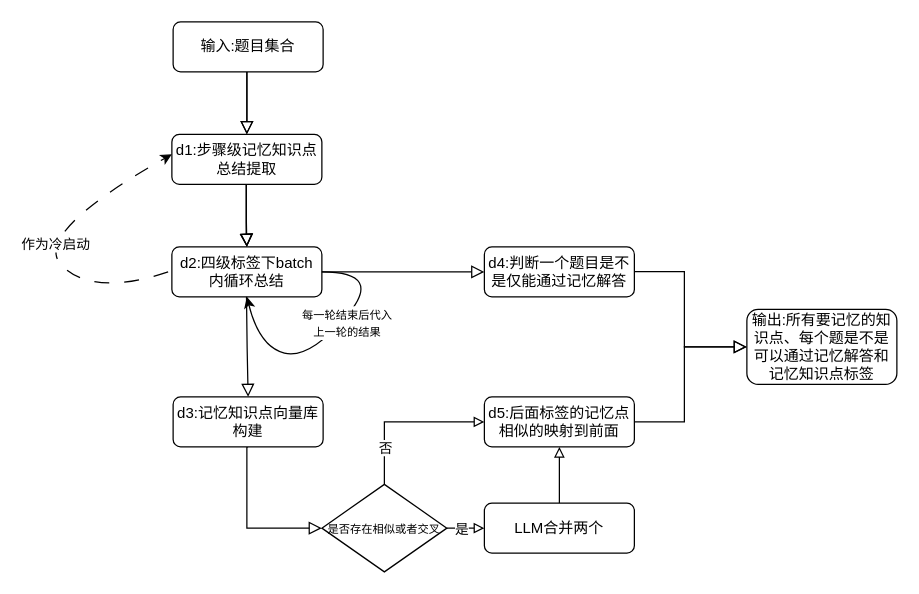
Above: 未命名绘图.drawio in urrethless/somework_graph-flow (draw.io), before the change. Source tidied: cells renumbered, new cells numbered last; positions are measured from the earlier drawing's top-left corner, leaving out a move shared by most shapes. Both pictures are drawn from the tidied source at 125%, with x=0, y=0 at pixel (30, 21).
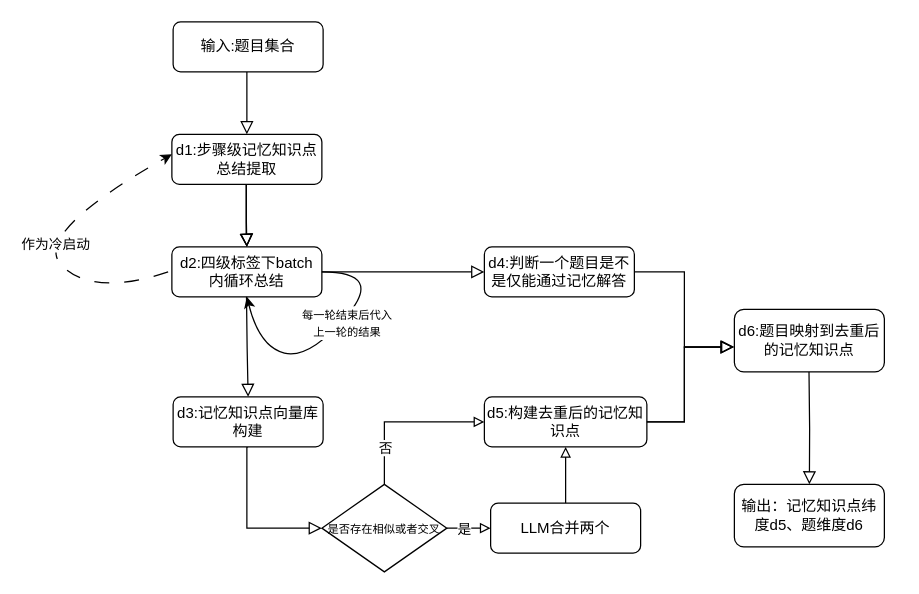
After the change.

The change refers to these unchanged cells:
```xml
<mxCell id="3" value="输入:题目集合" style="rounded=1;whiteSpace=wrap;html=1;fontSize=12;glass=0;strokeWidth=1;shadow=0;" parent="1" vertex="1">
  <mxGeometry x="114" width="120" height="40" as="geometry" />
</mxCell>
<mxCell id="9" value="d4:判断一个题目是不是仅能通过记忆解答" style="rounded=1;whiteSpace=wrap;html=1;fontSize=12;glass=0;strokeWidth=1;shadow=0;" parent="1" vertex="1">
  <mxGeometry x="363" y="180" width="120" height="40" as="geometry" />
</mxCell>
```

Change to the diagram source:
```diff
@@
-    <mxCell id="2" style="rounded=0;html=1;jettySize=auto;fontSize=11;endArrow=block;endFill=0;endSize=8;strokeWidth=1;shadow=0;labelBackgroundColor=none;edgeStyle=orthogonalEdgeStyle;" parent="1" edge="1" source="3">
-      <mxGeometry relative="1" as="geometry">
-        <mxPoint x="173" y="90" as="targetPoint" />
-        <Array as="points">
-          <mxPoint x="174" y="90" />
-        </Array>
-      </mxGeometry>
-    </mxCell>
@@
-    <mxCell id="10" value="d5:后面标签的记忆点相似的映射到前面" style="rounded=1;whiteSpace=wrap;html=1;fontSize=12;glass=0;strokeWidth=1;shadow=0;" parent="1" vertex="1">
-      <mxGeometry x="363" y="300" width="120" height="40" as="geometry" />
+    <mxCell id="10" value="d5:构建去重后的记忆知识点" style="rounded=1;whiteSpace=wrap;html=1;fontSize=12;glass=0;strokeWidth=1;shadow=0;" parent="1" vertex="1">
+      <mxGeometry x="363" y="300" width="130" height="40" as="geometry" />
     </mxCell>
@@
     <mxCell id="14" style="rounded=0;html=1;jettySize=auto;fontSize=11;endArrow=block;endFill=0;endSize=8;strokeWidth=1;shadow=0;labelBackgroundColor=none;edgeStyle=orthogonalEdgeStyle;" parent="1" edge="1" source="3">
       <mxGeometry relative="1" as="geometry">
         <mxPoint x="173" y="90" as="targetPoint" />
         <Array as="points">
-          <mxPoint x="174" y="90" />
+          <mxPoint x="173" y="90" />
+          <mxPoint x="173" y="90" />
         </Array>
       </mxGeometry>
     </mxCell>
@@
-    <mxCell id="17" value="输出:所有要记忆的知识点、每个题是不是可以通过记忆解答和记忆知识点标签" style="rounded=1;whiteSpace=wrap;html=1;fontSize=12;glass=0;strokeWidth=1;shadow=0;" parent="1" vertex="1">
-      <mxGeometry x="573" y="230" width="120" height="60" as="geometry" />
+    <mxCell id="17" value="d6:题目映射到去重后的记忆知识点" style="rounded=1;whiteSpace=wrap;html=1;fontSize=12;glass=0;strokeWidth=1;shadow=0;" parent="1" vertex="1">
+      <mxGeometry x="563" y="230" width="120" height="50" as="geometry" />
     </mxCell>
-    <mxCell id="18" style="rounded=0;html=1;jettySize=auto;fontSize=11;endArrow=block;endFill=0;endSize=8;strokeWidth=1;shadow=0;labelBackgroundColor=none;edgeStyle=orthogonalEdgeStyle;exitX=1;exitY=0.5;exitDx=0;exitDy=0;entryX=0;entryY=0.5;entryDx=0;entryDy=0;" parent="1" edge="1" target="17">
-      <mxGeometry relative="1" as="geometry">
-        <mxPoint x="483" y="199.7" as="sourcePoint" />
-        <Array as="points">
-          <mxPoint x="523" y="200" />
-          <mxPoint x="523" y="260" />
-        </Array>
-      </mxGeometry>
-    </mxCell>
-    <mxCell id="19" style="rounded=0;html=1;jettySize=auto;fontSize=11;endArrow=block;endFill=0;endSize=8;strokeWidth=1;shadow=0;labelBackgroundColor=none;edgeStyle=orthogonalEdgeStyle;exitX=1;exitY=0.5;exitDx=0;exitDy=0;" parent="1" edge="1" source="10">
+    <mxCell id="19" style="rounded=0;html=1;jettySize=auto;fontSize=11;endArrow=block;endFill=0;endSize=8;strokeWidth=1;shadow=0;labelBackgroundColor=none;edgeStyle=orthogonalEdgeStyle;exitX=1;exitY=0.5;exitDx=0;exitDy=0;entryX=-0.005;entryY=0.603;entryDx=0;entryDy=0;entryPerimeter=0;" parent="1" edge="1" source="10" target="17">
       <mxGeometry relative="1" as="geometry">
-        <mxPoint x="573" y="260" as="targetPoint" />
         <Array as="points">
           <mxPoint x="523" y="320" />
           <mxPoint x="523" y="260" />
         </Array>
       </mxGeometry>
     </mxCell>
@@
     <mxCell id="30" value="LLM合并两个" style="rounded=1;whiteSpace=wrap;html=1;fontSize=12;glass=0;strokeWidth=1;shadow=0;" parent="1" vertex="1">
-      <mxGeometry x="363" y="385" width="120" height="40" as="geometry" />
+      <mxGeometry x="368" y="385" width="120" height="40" as="geometry" />
     </mxCell>
+    <mxCell id="31" style="edgeStyle=orthogonalEdgeStyle;rounded=0;orthogonalLoop=1;jettySize=auto;html=1;exitX=0.5;exitY=1;exitDx=0;exitDy=0;" parent="1" edge="1" source="17" target="17">
+      <mxGeometry relative="1" as="geometry" />
+    </mxCell>
+    <mxCell id="32" style="rounded=0;html=1;jettySize=auto;fontSize=11;endArrow=block;endFill=0;endSize=8;strokeWidth=1;shadow=0;labelBackgroundColor=none;edgeStyle=orthogonalEdgeStyle;exitX=1;exitY=0.5;exitDx=0;exitDy=0;entryX=-0.005;entryY=0.603;entryDx=0;entryDy=0;entryPerimeter=0;" parent="1" edge="1" source="10" target="17">
+      <mxGeometry relative="1" as="geometry">
+        <Array as="points">
+          <mxPoint x="523" y="320" />
+          <mxPoint x="523" y="260" />
+        </Array>
+      </mxGeometry>
+    </mxCell>
+    <mxCell id="33" style="rounded=0;html=1;jettySize=auto;fontSize=11;endArrow=block;endFill=0;endSize=8;strokeWidth=1;shadow=0;labelBackgroundColor=none;edgeStyle=orthogonalEdgeStyle;exitX=1;exitY=0.5;exitDx=0;exitDy=0;" parent="1" edge="1" source="9">
+      <mxGeometry relative="1" as="geometry">
+        <mxPoint x="563" y="260" as="targetPoint" />
+        <Array as="points">
+          <mxPoint x="523" y="200" />
+          <mxPoint x="523" y="260" />
+        </Array>
+      </mxGeometry>
+    </mxCell>
+    <mxCell id="34" value="输出：记忆知识点纬度d5、题维度d6" style="rounded=1;whiteSpace=wrap;html=1;fontSize=12;glass=0;strokeWidth=1;shadow=0;" parent="1" vertex="1">
+      <mxGeometry x="563" y="370" width="120" height="50" as="geometry" />
+    </mxCell>
+    <mxCell id="35" style="rounded=0;html=1;jettySize=auto;fontSize=11;endArrow=block;endFill=0;endSize=8;strokeWidth=1;shadow=0;labelBackgroundColor=none;edgeStyle=orthogonalEdgeStyle;entryX=0.5;entryY=0;entryDx=0;entryDy=0;" parent="1" edge="1" target="34">
+      <mxGeometry relative="1" as="geometry">
+        <mxPoint x="622.7" y="280" as="sourcePoint" />
+      </mxGeometry>
+    </mxCell>
```
